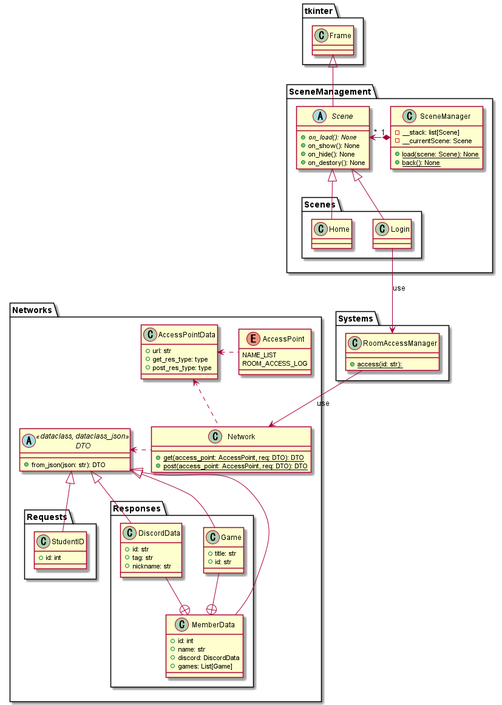
Before: UMLs/Class Diagrams/All/AllClass.png, a diagram exported from PlantUML (nmskm240/NITeRAS).
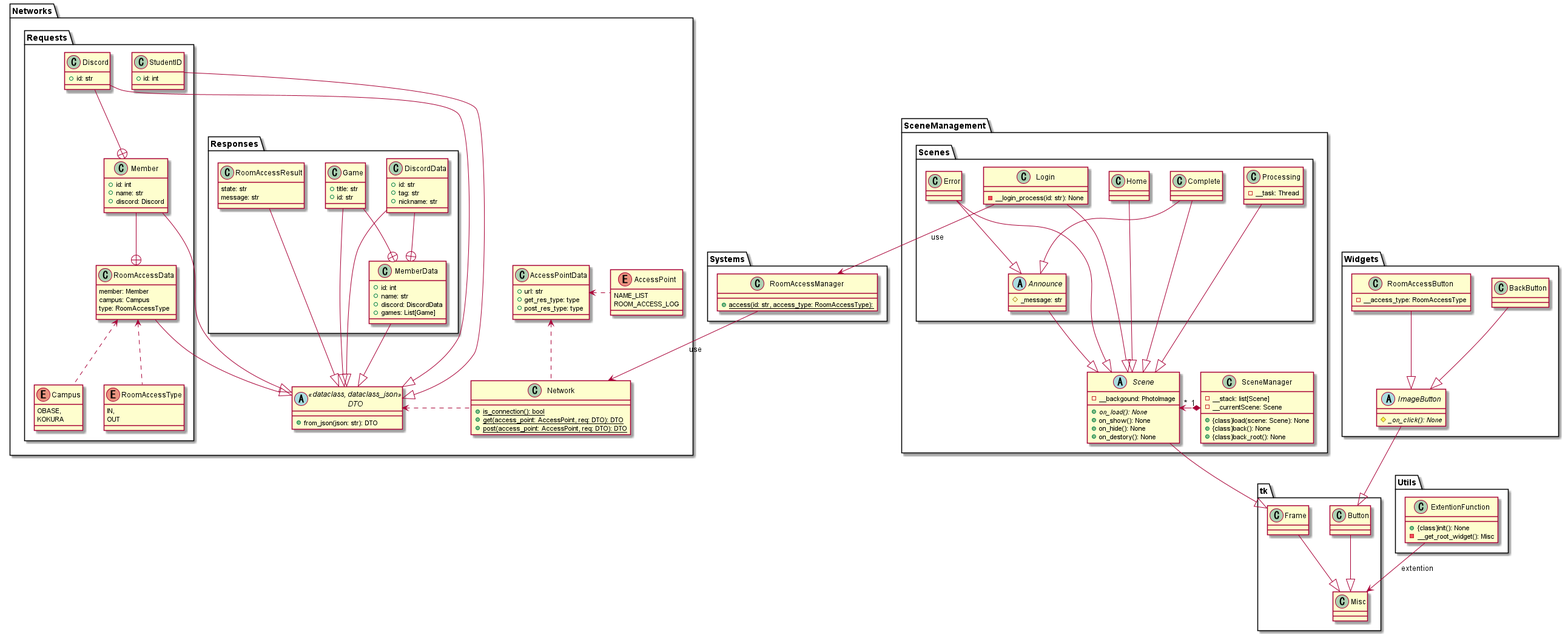
After the change.

Diff of the diagram source:
```diff
@@ -22,13 +22,45 @@
 
     class Network
     {
+        +{static}is_connection(): bool
         +{static}get(access_point: AccessPoint, req: DTO): DTO
         +{static}post(access_point: AccessPoint, req: DTO): DTO
     }
 
     package Requests
     {
-        class StudentID extends DTO
+        enum Campus
+        {
+            OBASE,
+            KOKURA
+        }
+
+        enum RoomAccessType
+        {
+            IN,
+            OUT
+        }
+
+        class Discord
+        {
+            +id: str
+        }
+
+        class Member
+        {
+            +id: int
+            +name: str
+            +discord: Discord
+        }
+
+        class RoomAccessData
+        {
+            member: Member
+            campus: Campus
+            type: RoomAccessType
+        }
+
+        class StudentID
         {
             +id: int
         }
@@ -36,25 +68,31 @@
 
     package Responses
     {
-        class DiscordData extends DTO
+        class DiscordData
         {
             +id: str
             +tag: str
             +nickname: str
         }
 
-        class Game extends DTO
+        class Game
         {
             +title: str
             +id: str
         }
 
-        class MemberData extends DTO
+        class MemberData
         {
             +id: int
             +name: str
             +discord: DiscordData
             +games: List[Game]
+        }
+
+        class RoomAccessResult
+        {
+            state: str
+            message: str
         }
     }
 }
@@ -65,12 +103,14 @@
     {
         -__stack: list[Scene]
         -__currentScene: Scene
-        +{static}load(scene: Scene): None
-        +{static}back(): None
+        +{class}load(scene: Scene): None
+        +{class}back(): None
+        +{class}back_root(): None
     }
 
-    abstract Scene extends tkinter.Frame
+    abstract Scene
     {
+        -__backgound: PhotoImage
         +{abstract}on_load(): None
         +on_show(): None
         +on_hide(): None
@@ -79,28 +119,92 @@
 
     package Scenes
     {
-        class Home extends Scene
-        class Login extends Scene
+        abstract Announce
+        {
+            #_message: str
+        }
+        class Complete
+        class Error
+        class Home
+        class Login
+        {
+            -__login_process(id: str): None
+        }
+        class Processing
+        {
+            -__task: Thread
+        }
     }
 }
 package Systems
 {
     class RoomAccessManager
     {
-        +{static}access(id: str):
+        +{static}access(id: str, access_type: RoomAccessType):
     }
 }
+package Utils
+{
+    class ExtentionFunction
+    {
+        +{class}init(): None
+        -__get_root_widget(): Misc
+    }
+}
+package Widgets
+{
+    class BackButton
+    abstract ImageButton
+    {
+        #{abstract}_on_click(): None
+    }
+    class RoomAccessButton
+    {
+        -__access_type: RoomAccessType
+    }
+}
+
+tk.Frame --|> tk.Misc
+tk.Button --|> tk.Misc
+
+Scene --|> tk.Frame
+Announce --|> Scene
+Error --|> Scene
+Home --|> Scene
+Login --|> Scene
+Processing --|> Scene
+Complete --|> Scene
+Error --|> Announce
+Complete --|> Announce
+
+RoomAccessData --|> DTO
+StudentID --|> DTO
+MemberData --|> DTO
+DiscordData --|> DTO
+Game --|> DTO
+RoomAccessResult --|> DTO
+Member --|> DTO
+Discord --|> DTO
+
+ImageButton --|> tk.Button
+BackButton --|> ImageButton
+RoomAccessButton --|> ImageButton
 
 Network .left.> DTO
 Network .up.> AccessPointData
 AccessPoint .left.> AccessPointData
+RoomAccessType .up.> RoomAccessData
+Campus .up.> RoomAccessData
 
 SceneManager "1" *.left.> "*" Scene
 
 Game --+ MemberData
 DiscordData --+ MemberData
+Member --+ RoomAccessData
+Discord --+ Member
 
 Login --> RoomAccessManager : use
 RoomAccessManager --> Network : use
+ExtentionFunction --> tk.Misc : extention
 
 @enduml
```
